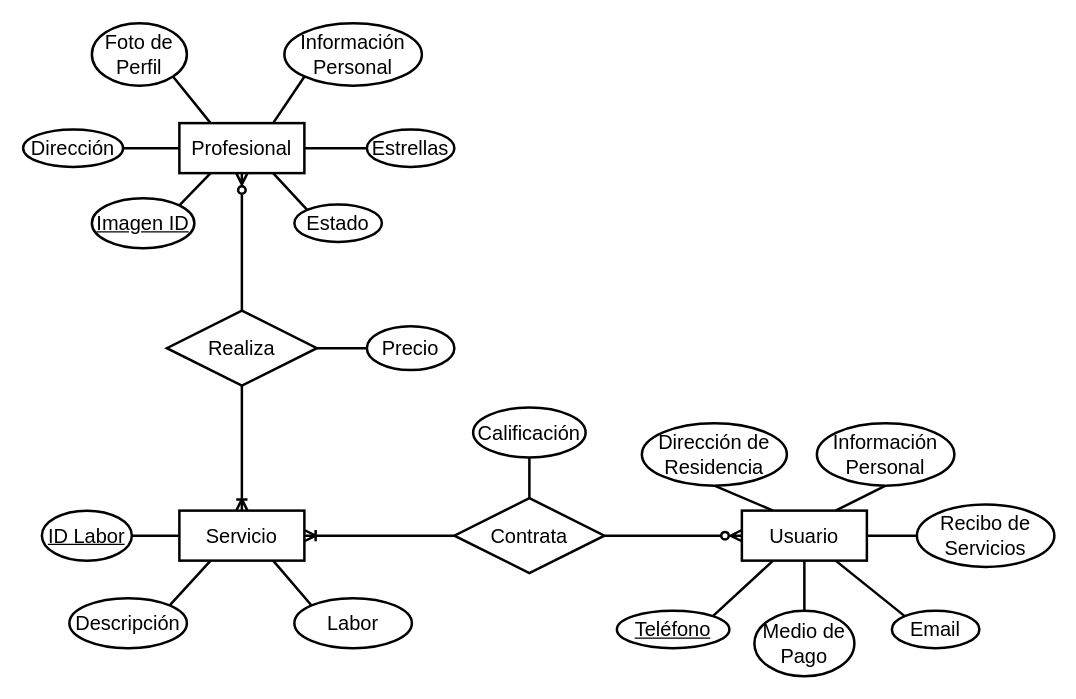
The draw.io diagram Diagramas/Dragrama Entidad-Relacion.drawio in Hazzard1912/domesticapp, before the edit. Source tidied: cells renumbered, new cells numbered last; positions are measured from the earlier drawing's top-left corner, leaving out a move shared by most shapes. Both pictures are drawn from the tidied source at 125%, with x=0, y=0 at pixel (22, 22).
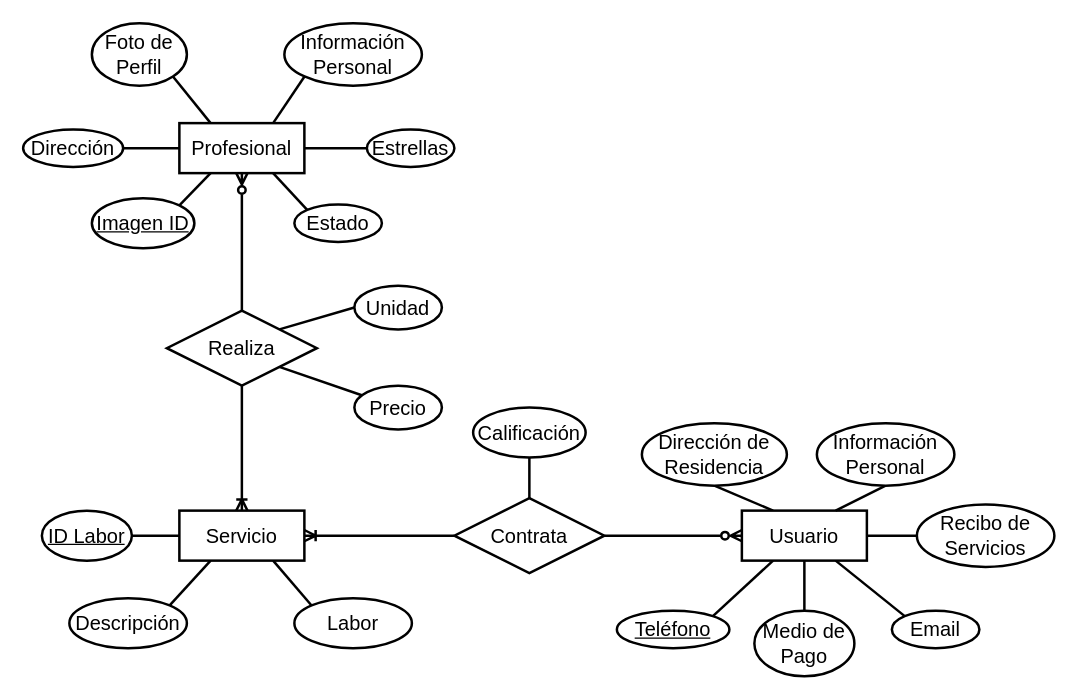
The same diagram, later.

Unchanged cells that the change refers to:
```xml
<mxCell id="32" value="Realiza" style="shape=rhombus;perimeter=rhombusPerimeter;whiteSpace=wrap;html=1;align=center;strokeWidth=2;fontSize=16;" parent="1" vertex="1">
  <mxGeometry x="115" y="230" width="120" height="60" as="geometry" />
</mxCell>
```

What changed in the source:
```diff
@@
-    <mxCell id="31" style="edgeStyle=orthogonalEdgeStyle;rounded=0;jettySize=auto;html=1;exitX=1;exitY=0.5;exitDx=0;exitDy=0;endArrow=none;endFill=0;strokeWidth=2;" parent="1" edge="1" source="32" target="33">
+    <mxCell id="31" style="rounded=0;jettySize=auto;html=1;exitX=1;exitY=1;exitDx=0;exitDy=0;endArrow=none;endFill=0;strokeWidth=2;" parent="1" edge="1" source="32" target="33">
       <mxGeometry relative="1" as="geometry" />
     </mxCell>
+    <mxCell id="45" style="rounded=0;jettySize=auto;html=1;exitX=1;exitY=0;exitDx=0;exitDy=0;entryX=0;entryY=0.5;entryDx=0;entryDy=0;endArrow=none;endFill=0;strokeWidth=2;" parent="1" edge="1" source="32" target="46">
+      <mxGeometry relative="1" as="geometry" />
+    </mxCell>
@@
     <mxCell id="33" value="Precio" style="ellipse;whiteSpace=wrap;html=1;align=center;fontSize=16;strokeWidth=2;" parent="1" vertex="1">
-      <mxGeometry x="275" y="242.5" width="70" height="35" as="geometry" />
+      <mxGeometry x="265" y="290" width="70" height="35" as="geometry" />
     </mxCell>
@@
+    <mxCell id="46" value="Unidad" style="ellipse;whiteSpace=wrap;html=1;align=center;fontSize=16;strokeWidth=2;" parent="1" vertex="1">
+      <mxGeometry x="265" y="210" width="70" height="35" as="geometry" />
+    </mxCell>
```
